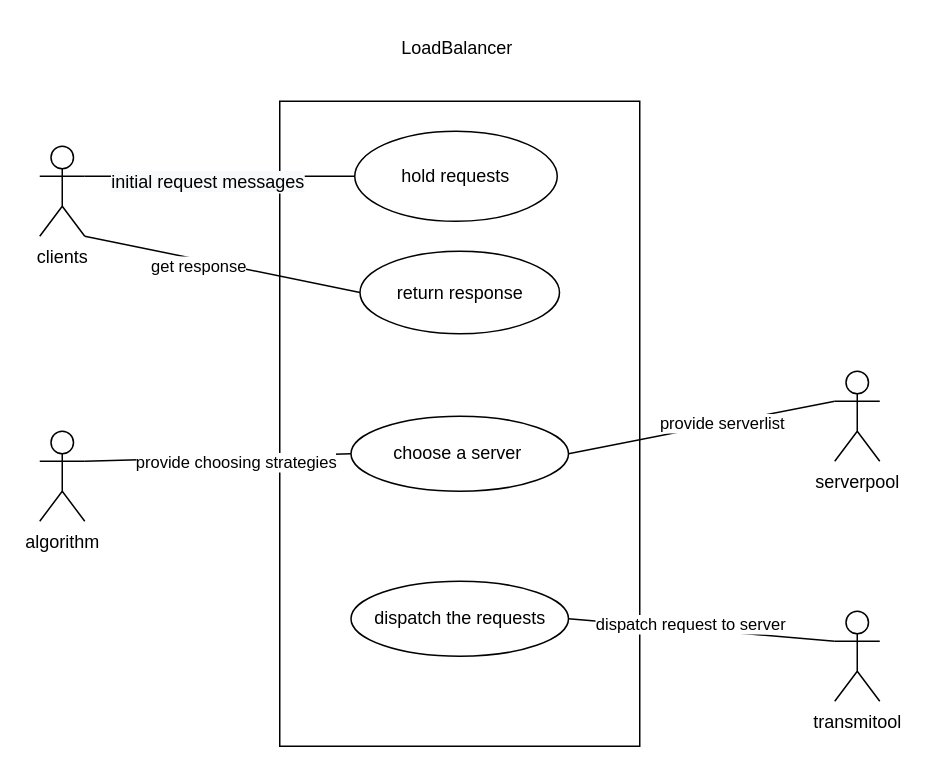
The draw.io diagram page "dispatch-uc" (2 of 7) of pic/logic diagram.drawio in ross39/CS6422-LoadBalancer, before the edit. Source tidied: cells renumbered, new cells numbered last; positions are measured from the earlier drawing's top-left corner, leaving out a move shared by most shapes. Both pictures are drawn from the tidied source at 150%, with x=0, y=0 at pixel (39, 26).
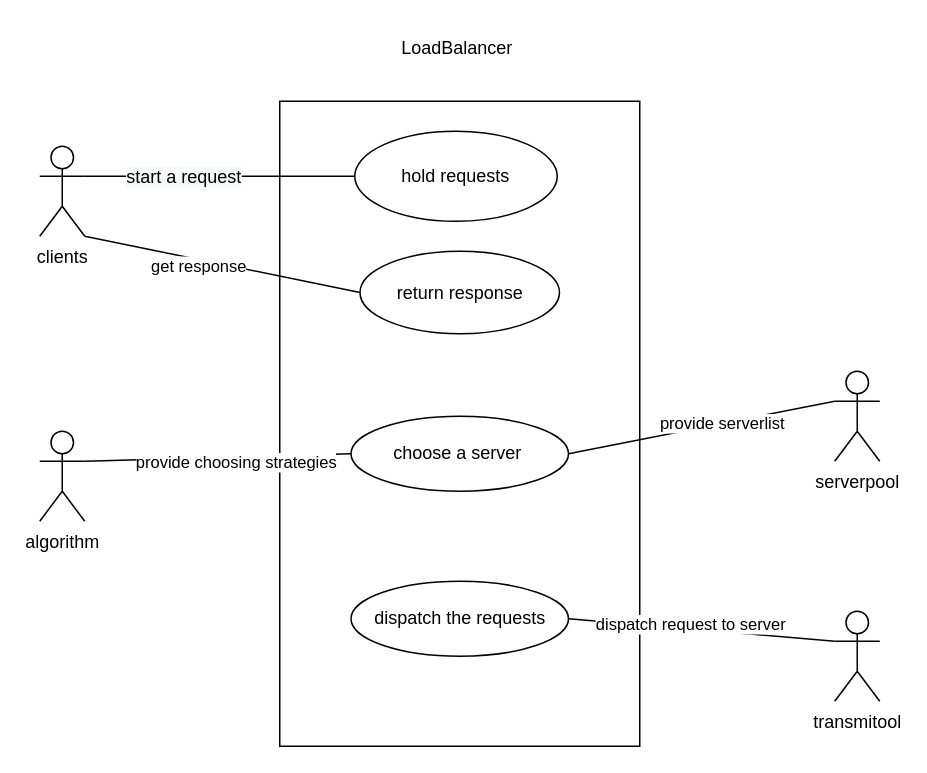
After the change.

The change refers to these unchanged cells:
```xml
<mxCell id="9" style="endArrow=none;html=1;rounded=0;curved=1;exitX=1;exitY=0.3333333333333333;exitDx=0;exitDy=0;exitPerimeter=0;entryX=0;entryY=0.5;entryDx=0;entryDy=0;" parent="2" edge="1" source="3" target="5">
  <mxGeometry relative="1" as="geometry" />
</mxCell>
```

The edit, as a diff of the source:
```diff
@@
-    <mxCell id="10" value="&lt;span style=&quot;font-size: 12px; background-color: rgb(248, 249, 250);&quot;&gt;initial request messages&lt;/span&gt;" style="edgeLabel;html=1;align=center;verticalAlign=middle;" parent="9" vertex="1">
+    <mxCell id="10" value="&lt;span style=&quot;font-size: 12px; background-color: rgb(248, 249, 250);&quot;&gt;start a request&lt;/span&gt;" style="edgeLabel;html=1;align=center;verticalAlign=middle;" parent="9" vertex="1">
       <mxGeometry x="-0.44" y="-3" relative="1" as="geometry">
-        <mxPoint x="31" as="offset" />
+        <mxPoint x="15" y="-3" as="offset" />
       </mxGeometry>
     </mxCell>
```
